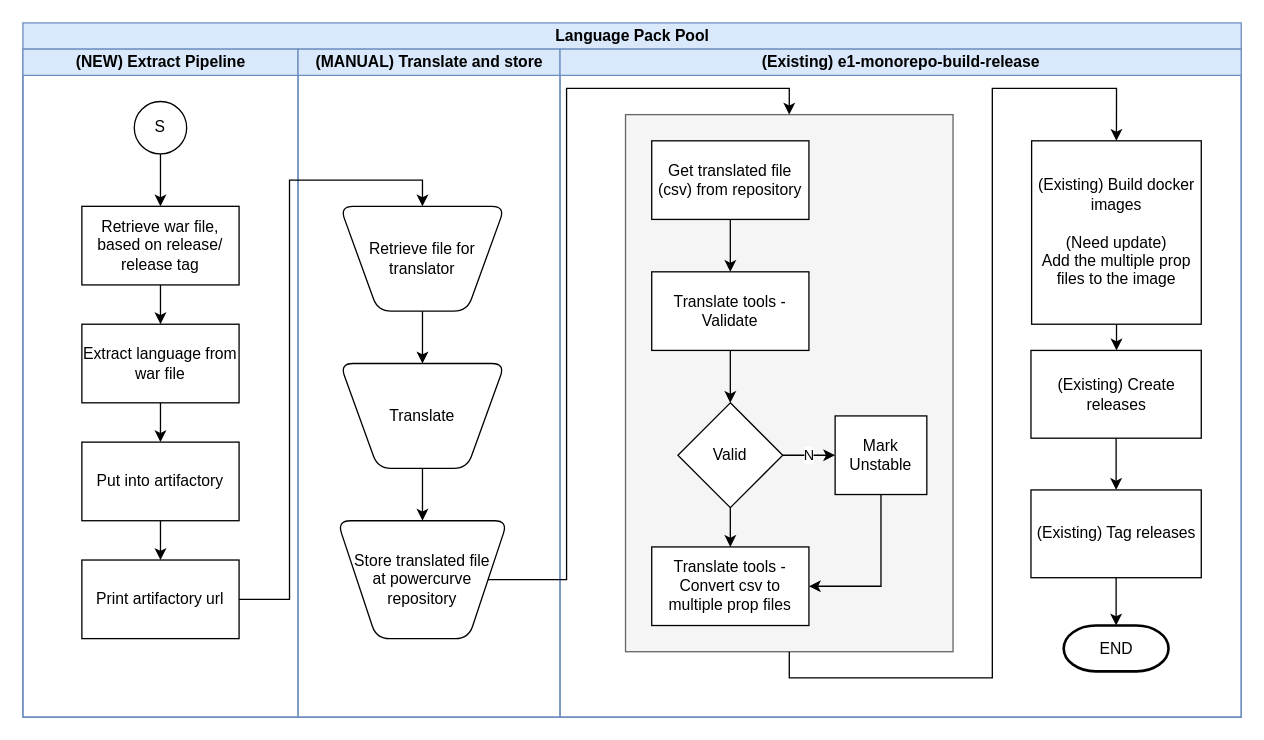
The draw.io diagram ExtractLanguage.drawio in reinmartha/work, before the edit. Source tidied: cells renumbered, new cells numbered last; positions are measured from the earlier drawing's top-left corner, leaving out a move shared by most shapes. Both pictures are drawn from the tidied source at 131%, with x=0, y=0 at pixel (22, 22).
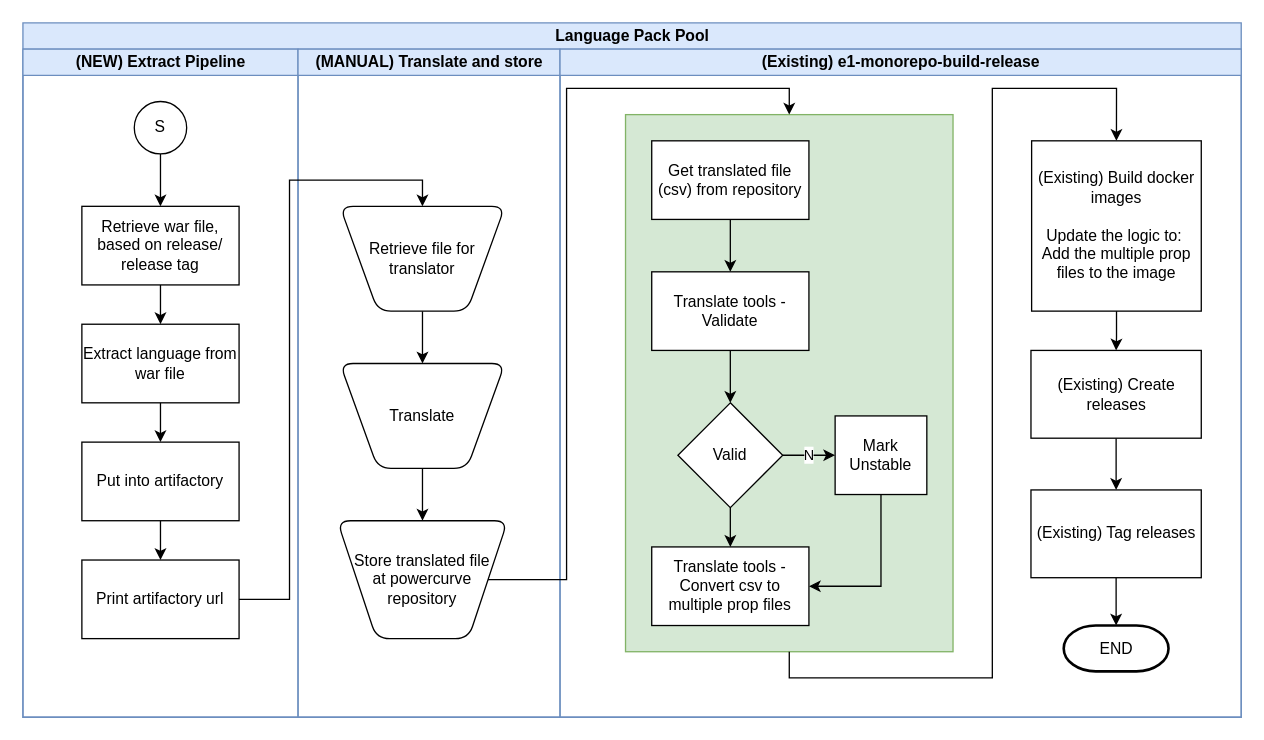
After the change.

The change refers to these unchanged cells:
```xml
<mxCell id="19" value="(Existing)&amp;nbsp;e1-monorepo-build-release" style="swimlane;html=1;startSize=20;fillColor=#dae8fc;strokeColor=#6C8EBF;" parent="2" vertex="1">
  <mxGeometry x="410" y="20" width="520" height="510" as="geometry" />
</mxCell>
```

Change to the diagram source:
```diff
@@
-    <mxCell id="20" style="rounded=0;whiteSpace=wrap;html=1;fillColor=#f5f5f5;strokeColor=#666666;fontColor=#333333;" parent="19" vertex="1">
+    <mxCell id="20" style="rounded=0;whiteSpace=wrap;html=1;fillColor=#d5e8d4;strokeColor=#82b366;" parent="19" vertex="1">
       <mxGeometry x="50" y="50" width="250" height="410" as="geometry" />
     </mxCell>
@@
-    <mxCell id="35" value="(Existing) Build docker images&lt;br&gt;&lt;br&gt;(Need update) &lt;br&gt;Add the multiple prop files to the image" style="rounded=0;whiteSpace=wrap;html=1;" parent="19" vertex="1">
-      <mxGeometry x="360" y="70" width="129.5" height="140" as="geometry" />
+    <mxCell id="35" value="(Existing) Build docker images&lt;br&gt;&lt;br&gt;Update the logic to:&amp;nbsp;&lt;br&gt;Add the multiple prop files to the image" style="rounded=0;whiteSpace=wrap;html=1;" parent="19" vertex="1">
+      <mxGeometry x="360" y="70" width="129.5" height="130" as="geometry" />
     </mxCell>
```
